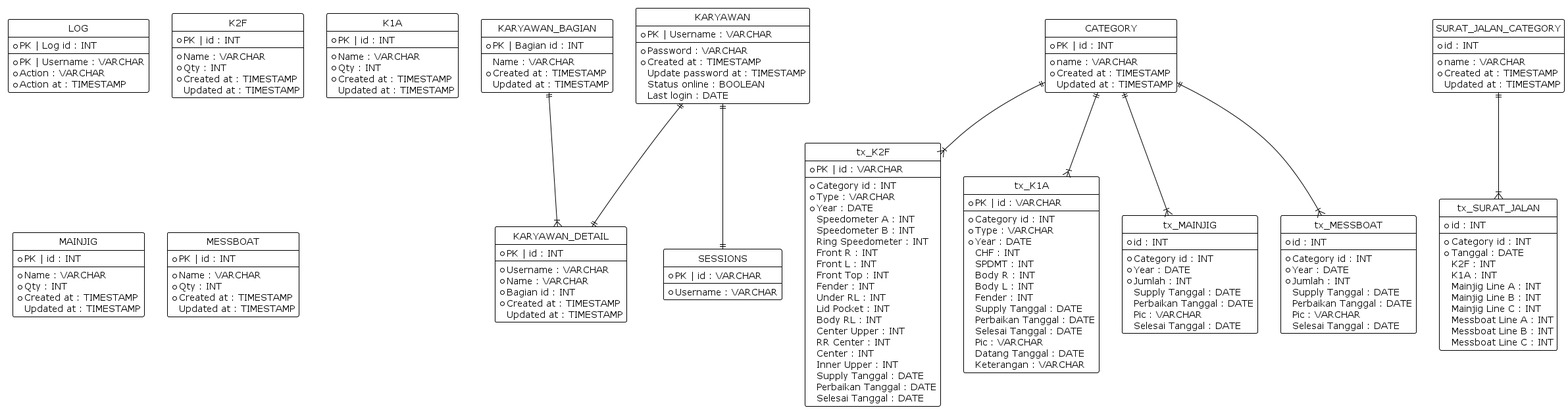
Earlier version of the PlantUML export Diagrams/ERD.png (marlisumarli/hanger-scheduling).
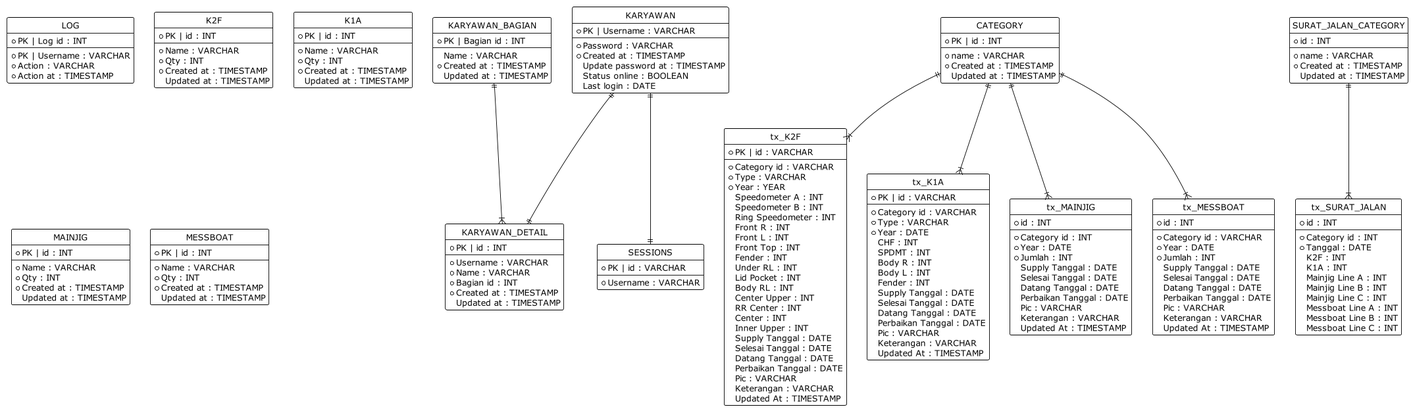
The same file after the commit.

Diff of the diagram source:
```diff
@@ -92,9 +92,9 @@
 entity tx_K2F{
 * PK | id : VARCHAR
 --
-* Category id : INT
+* Category id : VARCHAR
 * Type : VARCHAR
-* Year : DATE
+* Year : YEAR
 Speedometer A : INT
 Speedometer B : INT
 Ring Speedometer : INT
@@ -110,14 +110,18 @@
 Center : INT
 Inner Upper : INT
 Supply Tanggal : DATE
+Selesai Tanggal : DATE
+Datang Tanggal : DATE
 Perbaikan Tanggal : DATE
-Selesai Tanggal : DATE
+Pic : VARCHAR
+Keterangan : VARCHAR
+Updated At : TIMESTAMP
 }
 
 entity tx_K1A{
 * PK | id : VARCHAR
 --
-* Category id : INT
+* Category id : VARCHAR
 * Type : VARCHAR
 * Year : DATE
 CHF : INT
@@ -126,11 +130,12 @@
 Body L : INT
 Fender : INT
 Supply Tanggal : DATE
+Selesai Tanggal : DATE
+Datang Tanggal : DATE
 Perbaikan Tanggal : DATE
-Selesai Tanggal : DATE
 Pic : VARCHAR
-Datang Tanggal : DATE
 Keterangan : VARCHAR
+Updated At : TIMESTAMP
 }
 
 entity tx_MAINJIG{
@@ -140,21 +145,27 @@
 * Year : DATE
 * Jumlah : INT
 Supply Tanggal : DATE
+Selesai Tanggal : DATE
+Datang Tanggal : DATE
 Perbaikan Tanggal : DATE
 Pic : VARCHAR
-Selesai Tanggal : DATE
+Keterangan : VARCHAR
+Updated At : TIMESTAMP
 }
 
 entity tx_MESSBOAT{
 * id : INT
 --
-* Category id : INT
+* Category id : VARCHAR
 * Year : DATE
 * Jumlah : INT
 Supply Tanggal : DATE
+Selesai Tanggal : DATE
+Datang Tanggal : DATE
 Perbaikan Tanggal : DATE
 Pic : VARCHAR
-Selesai Tanggal : DATE
+Keterangan : VARCHAR
+Updated At : TIMESTAMP
 }
 
 
```
